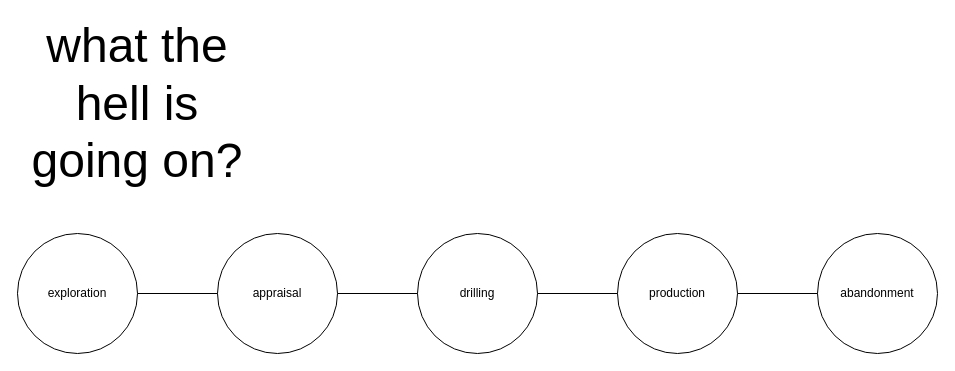
oilshit/lifecycle-concepts keeps this draw.io diagram as page "lifecycle" (1 of 4) of oilshit lifecycle concepts.drawio. Above is the earlier version. Source tidied: cells renumbered, new cells numbered last; positions are measured from the earlier drawing's top-left corner, leaving out a move shared by most shapes. Both pictures are drawn from the tidied source at 100%, with x=0, y=0 at pixel (17, 93).
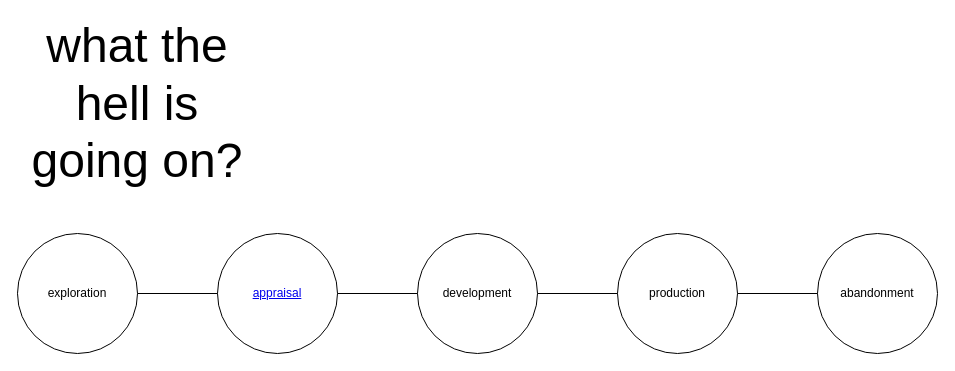
The same diagram, later.

Change to the diagram source:
```diff
@@
 <mxGraphModel>
   <root>
     <mxCell id="0" />
     <mxCell id="1" parent="0" />
     <mxCell id="2" style="endArrow=none;html=1;" parent="1" edge="1">
       <mxGeometry relative="1" as="geometry">
         <mxPoint y="200" as="sourcePoint" />
         <mxPoint x="880" y="200" as="targetPoint" />
       </mxGeometry>
     </mxCell>
     <mxCell id="3" value="&lt;font style=&quot;font-size: 48px&quot; face=&quot;Helvetica&quot;&gt;what the hell is going on?&lt;/font&gt;" style="text;html=1;strokeColor=none;fillColor=none;align=center;verticalAlign=middle;whiteSpace=wrap;rounded=0;" parent="1" vertex="1">
       <mxGeometry width="240" height="20" as="geometry" />
     </mxCell>
     <mxCell id="4" value="exploration" style="ellipse;whiteSpace=wrap;html=1;" parent="1" vertex="1">
       <mxGeometry y="140" width="120" height="120" as="geometry" />
     </mxCell>
-    <mxCell id="5" value="appraisal" style="ellipse;whiteSpace=wrap;html=1;" parent="1" vertex="1">
+    <mxCell id="5" value="&lt;a href=&quot;data:page/id,Qf79vvp_5yIbWEqe6FPg&quot;&gt;appraisal&lt;/a&gt;" style="ellipse;whiteSpace=wrap;html=1;" parent="1" vertex="1">
       <mxGeometry x="200" y="140" width="120" height="120" as="geometry" />
     </mxCell>
-    <mxCell id="6" value="drilling" style="ellipse;whiteSpace=wrap;html=1;" parent="1" vertex="1">
+    <mxCell id="6" value="&lt;div&gt;development&lt;/div&gt;" style="ellipse;whiteSpace=wrap;html=1;" parent="1" vertex="1">
       <mxGeometry x="400" y="140" width="120" height="120" as="geometry" />
     </mxCell>
     <mxCell id="7" value="production" style="ellipse;whiteSpace=wrap;html=1;" parent="1" vertex="1">
       <mxGeometry x="600" y="140" width="120" height="120" as="geometry" />
     </mxCell>
     <mxCell id="8" value="abandonment" style="ellipse;whiteSpace=wrap;html=1;" parent="1" vertex="1">
       <mxGeometry x="800" y="140" width="120" height="120" as="geometry" />
     </mxCell>
   </root>
 </mxGraphModel>
```
